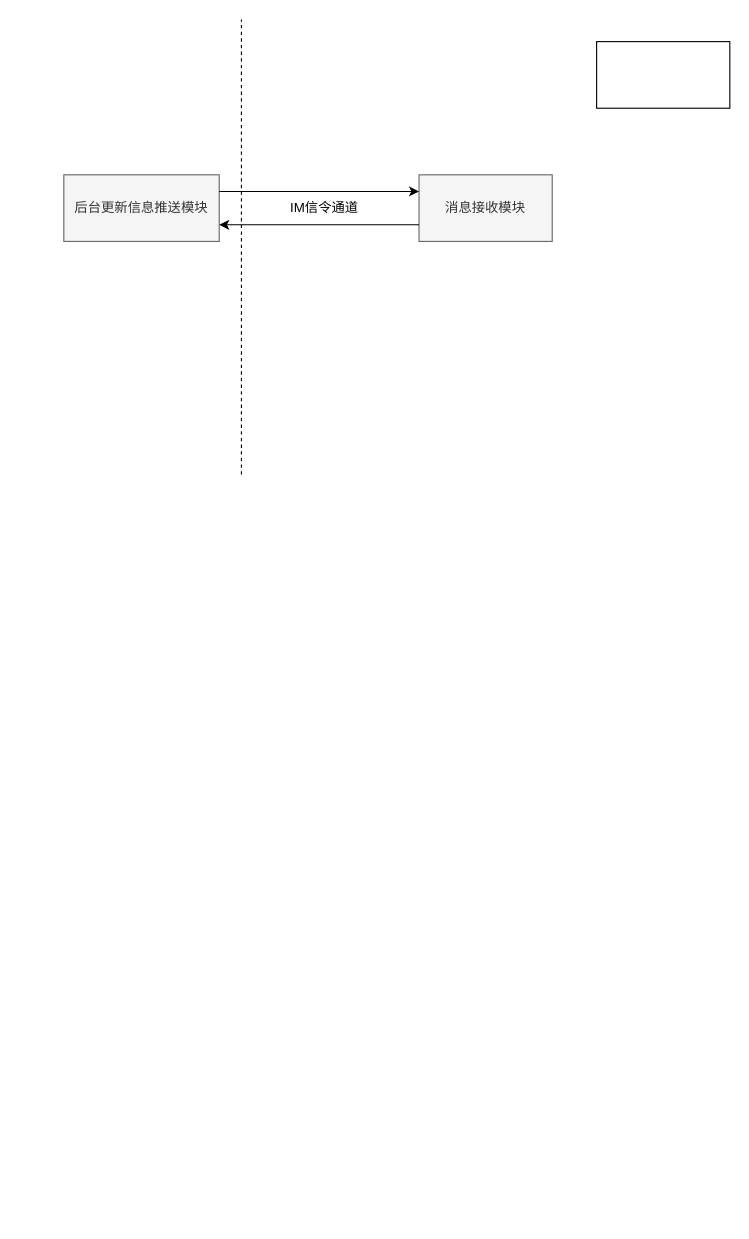
Earlier version of the draw.io diagram Untitled Diagram.drawio (klarm/blog). Source tidied: cells renumbered, new cells numbered last; positions are measured from the earlier drawing's top-left corner, leaving out a move shared by most shapes. Both pictures are drawn from the tidied source at 111%, with x=0, y=0 at pixel (63, 19).
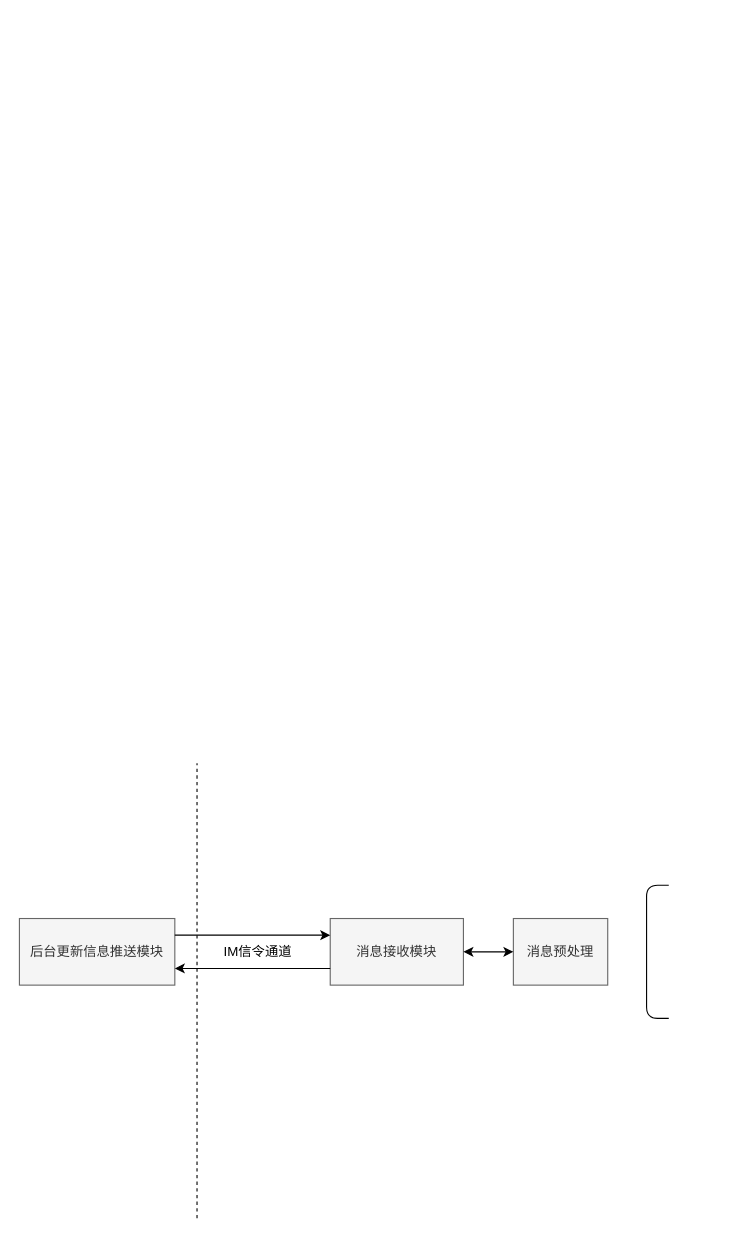
The same diagram, later.

Change to the diagram source:
```diff
@@
 <mxGraphModel>
   <root>
     <mxCell id="0" />
     <mxCell id="1" parent="0" />
     <mxCell id="2" value="后台更新信息推送模块" style="rounded=0;whiteSpace=wrap;html=1;fillColor=#f5f5f5;strokeColor=#666666;fontColor=#333333;" parent="1" vertex="1">
-      <mxGeometry y="140" width="140" height="60" as="geometry" />
+      <mxGeometry x="-40" y="810" width="140" height="60" as="geometry" />
     </mxCell>
     <mxCell id="3" value="消息接收模块" style="rounded=0;whiteSpace=wrap;html=1;fillColor=#f5f5f5;strokeColor=#666666;fontColor=#333333;" parent="1" vertex="1">
-      <mxGeometry x="320" y="140" width="120" height="60" as="geometry" />
+      <mxGeometry x="240" y="810" width="120" height="60" as="geometry" />
     </mxCell>
     <mxCell id="4" style="endArrow=none;dashed=1;html=1;" parent="1" edge="1">
       <mxGeometry relative="1" as="geometry">
-        <mxPoint x="160" y="410" as="sourcePoint" />
-        <mxPoint x="160" as="targetPoint" />
+        <mxPoint x="120" y="1080" as="sourcePoint" />
+        <mxPoint x="120" y="670" as="targetPoint" />
       </mxGeometry>
     </mxCell>
     <mxCell id="5" style="endArrow=classic;startArrow=none;html=1;entryX=0;entryY=0.25;entryDx=0;entryDy=0;exitX=1;exitY=0.25;exitDx=0;exitDy=0;startFill=0;" parent="1" edge="1" source="2" target="3">
       <mxGeometry relative="1" as="geometry" />
     </mxCell>
     <mxCell id="6" style="endArrow=none;startArrow=classic;html=1;entryX=0;entryY=0.75;entryDx=0;entryDy=0;exitX=1;exitY=0.75;exitDx=0;exitDy=0;endFill=0;" parent="1" edge="1" source="2" target="3">
       <mxGeometry relative="1" as="geometry" />
     </mxCell>
     <mxCell id="7" value="IM信令通道" style="text;html=1;strokeColor=none;fillColor=none;align=center;verticalAlign=middle;whiteSpace=wrap;rounded=0;" parent="1" vertex="1">
-      <mxGeometry x="190" y="160" width="90" height="20" as="geometry" />
+      <mxGeometry x="130" y="830" width="90" height="20" as="geometry" />
     </mxCell>
-    <mxCell id="8" style="rounded=0;whiteSpace=wrap;html=1;" parent="1" vertex="1">
-      <mxGeometry x="480" y="20" width="120" height="60" as="geometry" />
+    <mxCell id="8" value="消息预处理" style="rounded=0;whiteSpace=wrap;html=1;fillColor=#f5f5f5;strokeColor=#666666;fontColor=#333333;" parent="1" vertex="1">
+      <mxGeometry x="405" y="810" width="85" height="60" as="geometry" />
     </mxCell>
+    <mxCell id="9" style="shape=curlyBracket;whiteSpace=wrap;html=1;rounded=1;size=0;" parent="1" vertex="1">
+      <mxGeometry x="525" y="780" width="20" height="120" as="geometry" />
+    </mxCell>
+    <mxCell id="10" style="endArrow=classic;startArrow=classic;html=1;exitX=1;exitY=0.5;exitDx=0;exitDy=0;entryX=0;entryY=0.5;entryDx=0;entryDy=0;" parent="1" edge="1" source="3" target="8">
+      <mxGeometry relative="1" as="geometry" />
+    </mxCell>
   </root>
 </mxGraphModel>
```
